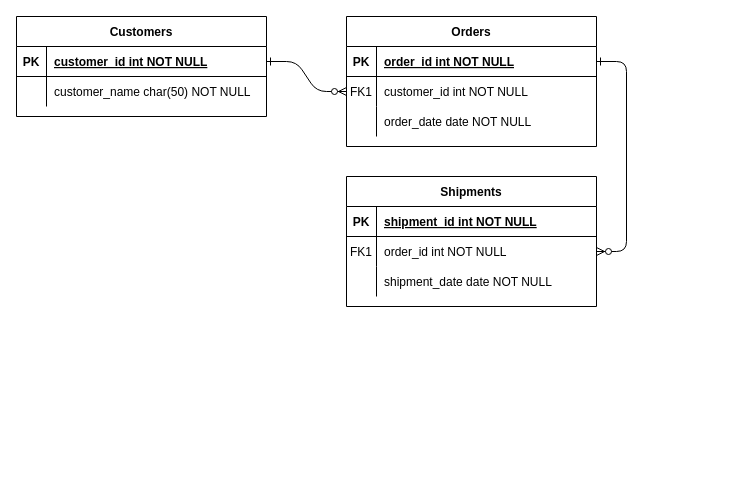
Above: Diagrama sem nome.drawio in suelitonoliveira/digramas (draw.io), before the change. Source tidied: cells renumbered, new cells numbered last; positions are measured from the earlier drawing's top-left corner, leaving out a move shared by most shapes. Both pictures are drawn from the tidied source at 100%, with x=0, y=0 at pixel (16, 16).
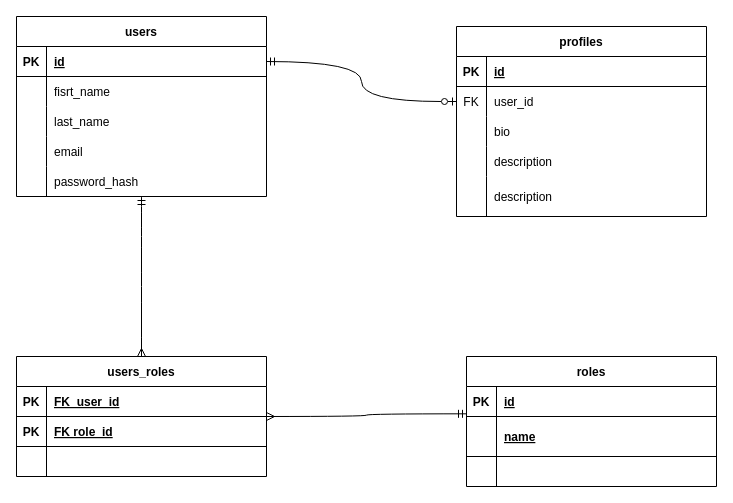
After the change.

Commit message:
der relacionamentos

The change refers to these unchanged cells:
```xml
<mxCell id="5" style="shape=partialRectangle;fillColor=none;points=[[0,0.5],[1,0.5]];portConstraint=eastwest;top=0;left=0;right=0;bottom=1;" parent="4" vertex="1">
  <mxGeometry y="30" width="250" height="30" as="geometry" />
</mxCell>
<mxCell id="8" style="shape=partialRectangle;fillColor=none;points=[[0,0.5],[1,0.5]];portConstraint=eastwest;top=0;left=0;right=0;bottom=0;" parent="4" vertex="1">
  <mxGeometry y="60" width="250" height="30" as="geometry" />
</mxCell>
<mxCell id="11" style="shape=partialRectangle;fillColor=none;top=0;left=0;right=0;bottom=0;" parent="4" vertex="1">
  <mxGeometry y="90" width="250" height="30" as="geometry" />
</mxCell>
<mxCell id="25" style="shape=partialRectangle;fillColor=none;points=[[0,0.5],[1,0.5]];portConstraint=eastwest;top=0;left=0;right=0;bottom=1;" parent="24" vertex="1">
  <mxGeometry y="30" width="250" height="30" as="geometry" />
</mxCell>
<mxCell id="28" style="shape=partialRectangle;fillColor=none;top=0;left=0;right=0;bottom=0;" parent="24" vertex="1">
  <mxGeometry y="60" width="250" height="30" as="geometry" />
</mxCell>
```

What changed in the source:
```diff
@@
-    <mxCell id="2" style="edgeStyle=entityRelationEdgeStyle;endArrow=ERzeroToMany;startArrow=ERone;endFill=1;startFill=0;" parent="1" edge="1" source="25" target="8">
-      <mxGeometry relative="1" as="geometry" />
-    </mxCell>
-    <mxCell id="3" style="edgeStyle=entityRelationEdgeStyle;endArrow=ERzeroToMany;startArrow=ERone;endFill=1;startFill=0;" parent="1" edge="1" source="5" target="18">
-      <mxGeometry relative="1" as="geometry" />
-    </mxCell>
-    <mxCell id="4" value="Orders" style="shape=table;startSize=30;childLayout=tableLayout;rowLines=0;fontStyle=1;align=center;" parent="1" vertex="1">
-      <mxGeometry x="330" width="250" height="130" as="geometry" />
+    <mxCell id="4" value="profiles" style="shape=table;startSize=30;childLayout=tableLayout;rowLines=0;fontStyle=1;align=center;" parent="1" vertex="1">
+      <mxGeometry x="440" y="10" width="250" height="190" as="geometry" />
     </mxCell>
@@
-    <mxCell id="7" value="order_id int NOT NULL " style="shape=partialRectangle;overflow=hidden;fillColor=none;top=0;left=0;bottom=0;right=0;align=left;spacingLeft=6;fontStyle=5;" parent="5" vertex="1">
+    <mxCell id="7" value="id" style="shape=partialRectangle;overflow=hidden;fillColor=none;top=0;left=0;bottom=0;right=0;align=left;spacingLeft=6;fontStyle=5;" parent="5" vertex="1">
       <mxGeometry x="30" width="220" height="30" as="geometry" />
     </mxCell>
@@
-    <mxCell id="9" value="FK1" style="shape=partialRectangle;overflow=hidden;fillColor=none;top=0;left=0;bottom=0;right=0;" parent="8" vertex="1">
+    <mxCell id="9" value="FK" style="shape=partialRectangle;overflow=hidden;fillColor=none;top=0;left=0;bottom=0;right=0;" parent="8" vertex="1">
       <mxGeometry width="30" height="30" as="geometry" />
     </mxCell>
-    <mxCell id="10" value="customer_id int NOT NULL" style="shape=partialRectangle;overflow=hidden;fillColor=none;top=0;left=0;bottom=0;right=0;align=left;spacingLeft=6;" parent="8" vertex="1">
+    <mxCell id="10" value="user_id" style="shape=partialRectangle;overflow=hidden;fillColor=none;top=0;left=0;bottom=0;right=0;align=left;spacingLeft=6;" parent="8" vertex="1">
       <mxGeometry x="30" width="220" height="30" as="geometry" />
     </mxCell>
@@
-    <mxCell id="13" value="order_date date NOT NULL" style="shape=partialRectangle;overflow=hidden;fillColor=none;top=0;left=0;bottom=0;right=0;align=left;spacingLeft=6;" parent="11" vertex="1">
+    <mxCell id="13" value="bio" style="shape=partialRectangle;overflow=hidden;fillColor=none;top=0;left=0;bottom=0;right=0;align=left;spacingLeft=6;" parent="11" vertex="1">
       <mxGeometry x="30" width="220" height="30" as="geometry" />
     </mxCell>
-    <mxCell id="14" value="Shipments" style="shape=table;startSize=30;childLayout=tableLayout;rowLines=0;fontStyle=1;align=center;" parent="1" vertex="1">
-      <mxGeometry x="330" y="160" width="250" height="130" as="geometry" />
-    </mxCell>
-    <mxCell id="15" style="shape=partialRectangle;fillColor=none;top=0;left=0;right=0;bottom=1;" parent="14" vertex="1">
-      <mxGeometry y="30" width="250" height="30" as="geometry" />
-    </mxCell>
-    <mxCell id="16" value="PK" style="shape=partialRectangle;overflow=hidden;fillColor=none;top=0;left=0;bottom=0;right=0;fontStyle=1;" parent="15" vertex="1">
-      <mxGeometry width="30" height="30" as="geometry" />
-    </mxCell>
-    <mxCell id="17" value="shipment_id int NOT NULL " style="shape=partialRectangle;overflow=hidden;fillColor=none;top=0;left=0;bottom=0;right=0;align=left;spacingLeft=6;fontStyle=5;" parent="15" vertex="1">
-      <mxGeometry x="30" width="220" height="30" as="geometry" />
-    </mxCell>
-    <mxCell id="18" style="shape=partialRectangle;fillColor=none;points=[[0,0.5],[1,0.5]];portConstraint=eastwest;top=0;left=0;right=0;bottom=0;" parent="14" vertex="1">
-      <mxGeometry y="60" width="250" height="30" as="geometry" />
-    </mxCell>
-    <mxCell id="19" value="FK1" style="shape=partialRectangle;overflow=hidden;fillColor=none;top=0;left=0;bottom=0;right=0;" parent="18" vertex="1">
-      <mxGeometry width="30" height="30" as="geometry" />
-    </mxCell>
-    <mxCell id="20" value="order_id int NOT NULL" style="shape=partialRectangle;overflow=hidden;fillColor=none;top=0;left=0;bottom=0;right=0;align=left;spacingLeft=6;" parent="18" vertex="1">
-      <mxGeometry x="30" width="220" height="30" as="geometry" />
-    </mxCell>
-    <mxCell id="21" style="shape=partialRectangle;fillColor=none;top=0;left=0;right=0;bottom=0;" parent="14" vertex="1">
-      <mxGeometry y="90" width="250" height="30" as="geometry" />
-    </mxCell>
-    <mxCell id="22" style="shape=partialRectangle;overflow=hidden;fillColor=none;top=0;left=0;bottom=0;right=0;" parent="21" vertex="1">
-      <mxGeometry width="30" height="30" as="geometry" />
-    </mxCell>
-    <mxCell id="23" value="shipment_date date NOT NULL" style="shape=partialRectangle;overflow=hidden;fillColor=none;top=0;left=0;bottom=0;right=0;align=left;spacingLeft=6;" parent="21" vertex="1">
-      <mxGeometry x="30" width="220" height="30" as="geometry" />
-    </mxCell>
+    <mxCell id="31" style="shape=partialRectangle;fillColor=none;top=0;left=0;right=0;bottom=0;" parent="4" vertex="1">
+      <mxGeometry y="120" width="250" height="30" as="geometry" />
+    </mxCell>
+    <mxCell id="32" style="shape=partialRectangle;overflow=hidden;fillColor=none;top=0;left=0;bottom=0;right=0;" parent="31" vertex="1">
+      <mxGeometry width="30" height="30" as="geometry" />
+    </mxCell>
+    <mxCell id="33" value="description" style="shape=partialRectangle;overflow=hidden;fillColor=none;top=0;left=0;bottom=0;right=0;align=left;spacingLeft=6;" parent="31" vertex="1">
+      <mxGeometry x="30" width="220" height="30" as="geometry" />
+    </mxCell>
+    <mxCell id="34" style="shape=partialRectangle;fillColor=none;top=0;left=0;right=0;bottom=0;" parent="4" vertex="1">
+      <mxGeometry y="150" width="250" height="40" as="geometry" />
+    </mxCell>
+    <mxCell id="35" style="shape=partialRectangle;overflow=hidden;fillColor=none;top=0;left=0;bottom=0;right=0;" parent="34" vertex="1">
+      <mxGeometry width="30" height="40" as="geometry" />
+    </mxCell>
+    <mxCell id="36" value="description" style="shape=partialRectangle;overflow=hidden;fillColor=none;top=0;left=0;bottom=0;right=0;align=left;spacingLeft=6;" parent="34" vertex="1">
+      <mxGeometry x="30" width="220" height="40" as="geometry" />
+    </mxCell>
+    <mxCell id="2" style="rounded=0;jettySize=auto;html=1;entryX=0;entryY=0.5;entryDx=0;entryDy=0;startArrow=ERmandOne;startFill=0;endArrow=ERzeroToOne;endFill=0;exitX=1;exitY=0.5;exitDx=0;exitDy=0;edgeStyle=orthogonalEdgeStyle;curved=1;targetPerimeterSpacing=0;" parent="1" edge="1" source="25" target="8">
+      <mxGeometry relative="1" as="geometry" />
+    </mxCell>
+    <mxCell id="37" style="edgeStyle=orthogonalEdgeStyle;curved=1;rounded=0;jettySize=auto;html=1;startArrow=ERmandOne;startFill=0;endArrow=ERmany;endFill=0;targetPerimeterSpacing=0;" parent="1" edge="1" source="24" target="48">
+      <mxGeometry relative="1" as="geometry" />
+    </mxCell>
-    <mxCell id="24" value="Customers" style="shape=table;startSize=30;childLayout=tableLayout;rowLines=0;fontStyle=1;align=center;" parent="1" vertex="1">
-      <mxGeometry width="250" height="100" as="geometry" />
+    <mxCell id="24" value="users" style="shape=table;startSize=30;childLayout=tableLayout;rowLines=0;fontStyle=1;align=center;" parent="1" vertex="1">
+      <mxGeometry width="250" height="180" as="geometry" />
     </mxCell>
@@
-    <mxCell id="27" value="customer_id int NOT NULL " style="shape=partialRectangle;overflow=hidden;fillColor=none;top=0;left=0;bottom=0;right=0;align=left;spacingLeft=6;fontStyle=5;" parent="25" vertex="1">
+    <mxCell id="27" value="id" style="shape=partialRectangle;overflow=hidden;fillColor=none;top=0;left=0;bottom=0;right=0;align=left;spacingLeft=6;fontStyle=5;" parent="25" vertex="1">
       <mxGeometry x="30" width="220" height="30" as="geometry" />
     </mxCell>
@@
-    <mxCell id="30" value="customer_name char(50) NOT NULL" style="shape=partialRectangle;overflow=hidden;fillColor=none;top=0;left=0;bottom=0;right=0;align=left;spacingLeft=6;" parent="28" vertex="1">
+    <mxCell id="30" value="fisrt_name" style="shape=partialRectangle;overflow=hidden;fillColor=none;top=0;left=0;bottom=0;right=0;align=left;spacingLeft=6;" parent="28" vertex="1">
       <mxGeometry x="30" width="220" height="30" as="geometry" />
     </mxCell>
+    <mxCell id="38" style="shape=partialRectangle;fillColor=none;top=0;left=0;right=0;bottom=0;" parent="24" vertex="1">
+      <mxGeometry y="90" width="250" height="30" as="geometry" />
+    </mxCell>
+    <mxCell id="39" style="shape=partialRectangle;overflow=hidden;fillColor=none;top=0;left=0;bottom=0;right=0;" parent="38" vertex="1">
+      <mxGeometry width="30" height="30" as="geometry" />
+    </mxCell>
+    <mxCell id="40" value="last_name" style="shape=partialRectangle;overflow=hidden;fillColor=none;top=0;left=0;bottom=0;right=0;align=left;spacingLeft=6;" parent="38" vertex="1">
+      <mxGeometry x="30" width="220" height="30" as="geometry" />
+    </mxCell>
+    <mxCell id="41" style="shape=partialRectangle;fillColor=none;top=0;left=0;right=0;bottom=0;" parent="24" vertex="1">
+      <mxGeometry y="120" width="250" height="30" as="geometry" />
+    </mxCell>
+    <mxCell id="42" style="shape=partialRectangle;overflow=hidden;fillColor=none;top=0;left=0;bottom=0;right=0;" parent="41" vertex="1">
+      <mxGeometry width="30" height="30" as="geometry" />
+    </mxCell>
+    <mxCell id="43" value="email" style="shape=partialRectangle;overflow=hidden;fillColor=none;top=0;left=0;bottom=0;right=0;align=left;spacingLeft=6;" parent="41" vertex="1">
+      <mxGeometry x="30" width="220" height="30" as="geometry" />
+    </mxCell>
+    <mxCell id="44" style="shape=partialRectangle;fillColor=none;top=0;left=0;right=0;bottom=0;" parent="24" vertex="1">
+      <mxGeometry y="150" width="250" height="30" as="geometry" />
+    </mxCell>
+    <mxCell id="45" style="shape=partialRectangle;overflow=hidden;fillColor=none;top=0;left=0;bottom=0;right=0;" parent="44" vertex="1">
+      <mxGeometry width="30" height="30" as="geometry" />
+    </mxCell>
+    <mxCell id="46" value="password_hash" style="shape=partialRectangle;overflow=hidden;fillColor=none;top=0;left=0;bottom=0;right=0;align=left;spacingLeft=6;" parent="44" vertex="1">
+      <mxGeometry x="30" width="220" height="30" as="geometry" />
+    </mxCell>
+    <mxCell id="47" style="edgeStyle=orthogonalEdgeStyle;curved=1;rounded=0;jettySize=auto;html=1;entryX=0;entryY=-0.067;entryDx=0;entryDy=0;entryPerimeter=0;startArrow=ERmany;startFill=0;endArrow=ERmandOne;endFill=0;targetPerimeterSpacing=0;" parent="1" edge="1" source="48" target="62">
+      <mxGeometry relative="1" as="geometry" />
+    </mxCell>
+    <mxCell id="48" value="users_roles" style="shape=table;startSize=30;childLayout=tableLayout;rowLines=0;fontStyle=1;align=center;" parent="1" vertex="1">
+      <mxGeometry y="340" width="250" height="120" as="geometry" />
+    </mxCell>
+    <mxCell id="49" style="shape=partialRectangle;fillColor=none;top=0;left=0;right=0;bottom=1;" parent="48" vertex="1">
+      <mxGeometry y="30" width="250" height="30" as="geometry" />
+    </mxCell>
+    <mxCell id="50" value="PK" style="shape=partialRectangle;overflow=hidden;fillColor=none;top=0;left=0;bottom=0;right=0;fontStyle=1;" parent="49" vertex="1">
+      <mxGeometry width="30" height="30" as="geometry" />
+    </mxCell>
+    <mxCell id="51" value="FK  user_id" style="shape=partialRectangle;overflow=hidden;fillColor=none;top=0;left=0;bottom=0;right=0;align=left;spacingLeft=6;fontStyle=5;" parent="49" vertex="1">
+      <mxGeometry x="30" width="220" height="30" as="geometry" />
+    </mxCell>
+    <mxCell id="52" style="shape=partialRectangle;fillColor=none;top=0;left=0;right=0;bottom=1;" parent="48" vertex="1">
+      <mxGeometry y="60" width="250" height="30" as="geometry" />
+    </mxCell>
+    <mxCell id="53" value="PK" style="shape=partialRectangle;overflow=hidden;fillColor=none;top=0;left=0;bottom=0;right=0;fontStyle=1;" parent="52" vertex="1">
+      <mxGeometry width="30" height="30" as="geometry" />
+    </mxCell>
+    <mxCell id="54" value="FK role_id" style="shape=partialRectangle;overflow=hidden;fillColor=none;top=0;left=0;bottom=0;right=0;align=left;spacingLeft=6;fontStyle=5;" parent="52" vertex="1">
+      <mxGeometry x="30" width="220" height="30" as="geometry" />
+    </mxCell>
+    <mxCell id="55" style="shape=partialRectangle;fillColor=none;top=0;left=0;right=0;bottom=0;" parent="48" vertex="1">
+      <mxGeometry y="90" width="250" height="30" as="geometry" />
+    </mxCell>
+    <mxCell id="56" style="shape=partialRectangle;overflow=hidden;fillColor=none;top=0;left=0;bottom=0;right=0;" parent="55" vertex="1">
+      <mxGeometry width="30" height="30" as="geometry" />
+    </mxCell>
+    <mxCell id="57" style="shape=partialRectangle;overflow=hidden;fillColor=none;top=0;left=0;bottom=0;right=0;align=left;spacingLeft=6;" parent="55" vertex="1">
+      <mxGeometry x="30" width="220" height="30" as="geometry" />
+    </mxCell>
+    <mxCell id="58" value="roles" style="shape=table;startSize=30;childLayout=tableLayout;rowLines=0;fontStyle=1;align=center;" parent="1" vertex="1">
+      <mxGeometry x="450" y="340" width="250" height="130" as="geometry" />
+    </mxCell>
+    <mxCell id="59" style="shape=partialRectangle;fillColor=none;top=0;left=0;right=0;bottom=1;" parent="58" vertex="1">
+      <mxGeometry y="30" width="250" height="30" as="geometry" />
+    </mxCell>
+    <mxCell id="60" value="PK" style="shape=partialRectangle;overflow=hidden;fillColor=none;top=0;left=0;bottom=0;right=0;fontStyle=1;" parent="59" vertex="1">
+      <mxGeometry width="30" height="30" as="geometry" />
+    </mxCell>
+    <mxCell id="61" value="id" style="shape=partialRectangle;overflow=hidden;fillColor=none;top=0;left=0;bottom=0;right=0;align=left;spacingLeft=6;fontStyle=5;" parent="59" vertex="1">
+      <mxGeometry x="30" width="220" height="30" as="geometry" />
+    </mxCell>
+    <mxCell id="62" style="shape=partialRectangle;fillColor=none;points=[[0,0.5],[1,0.5]];portConstraint=eastwest;top=0;left=0;right=0;bottom=1;" parent="58" vertex="1">
+      <mxGeometry y="60" width="250" height="40" as="geometry" />
+    </mxCell>
+    <mxCell id="63" style="shape=partialRectangle;overflow=hidden;fillColor=none;top=0;left=0;bottom=0;right=0;fontStyle=1;" parent="62" vertex="1">
+      <mxGeometry width="30" height="40" as="geometry" />
+    </mxCell>
+    <mxCell id="64" value="name" style="shape=partialRectangle;overflow=hidden;fillColor=none;top=0;left=0;bottom=0;right=0;align=left;spacingLeft=6;fontStyle=5;" parent="62" vertex="1">
+      <mxGeometry x="30" width="220" height="40" as="geometry" />
+    </mxCell>
+    <mxCell id="65" style="shape=partialRectangle;fillColor=none;top=0;left=0;right=0;bottom=0;" parent="58" vertex="1">
+      <mxGeometry y="100" width="250" height="30" as="geometry" />
+    </mxCell>
+    <mxCell id="66" style="shape=partialRectangle;overflow=hidden;fillColor=none;top=0;left=0;bottom=0;right=0;" parent="65" vertex="1">
+      <mxGeometry width="30" height="30" as="geometry" />
+    </mxCell>
+    <mxCell id="67" style="shape=partialRectangle;overflow=hidden;fillColor=none;top=0;left=0;bottom=0;right=0;align=left;spacingLeft=6;" parent="65" vertex="1">
+      <mxGeometry x="30" width="220" height="30" as="geometry" />
+    </mxCell>
```
